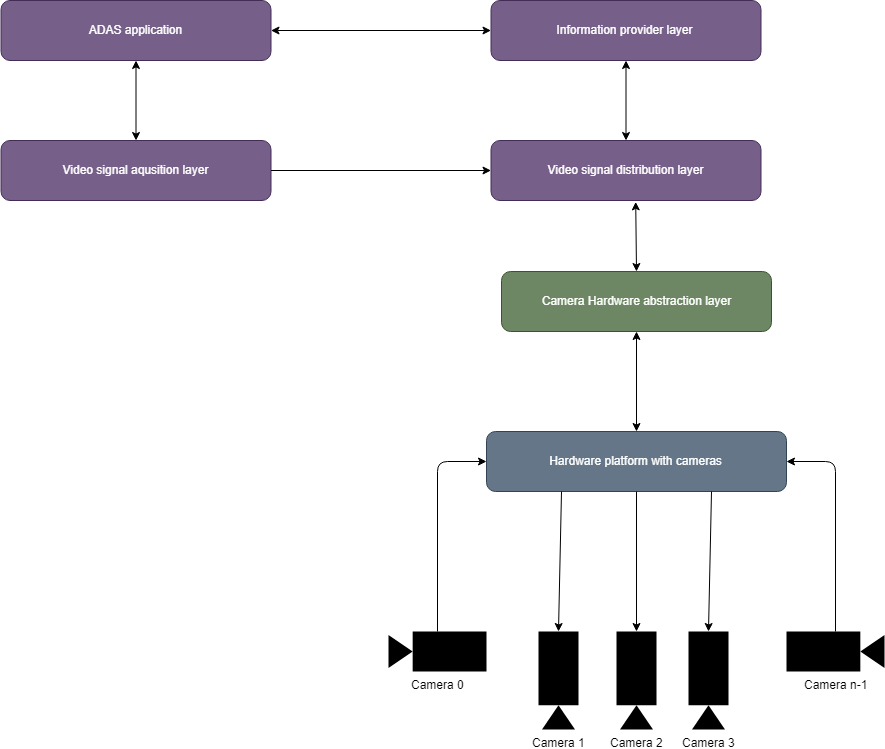
The draw.io diagram res/full-comm.png in rondor1/msc, before a commit. Source tidied: cells renumbered, new cells last; positions are measured from the earlier drawing's top-left corner, leaving out a move shared by most shapes.
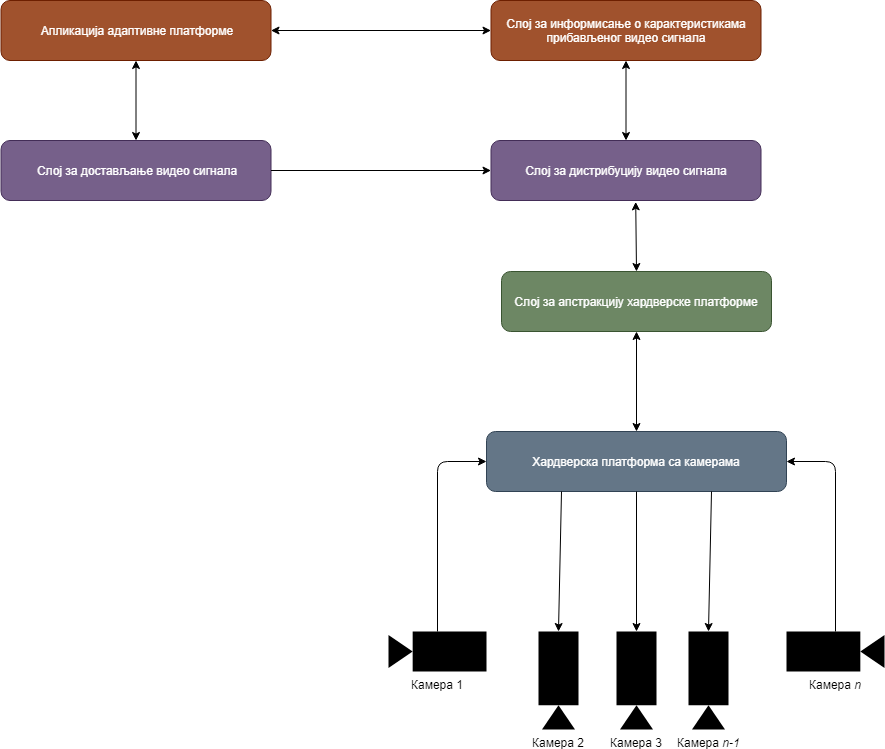
The same file after the commit.

The edit, as a diff of the source:
```diff
@@ -2,16 +2,16 @@
   <root>
     <mxCell id="0" />
     <mxCell id="1" parent="0" />
-    <mxCell id="2" value="Video signal distribution layer" style="rounded=1;whiteSpace=wrap;html=1;fillColor=#76608a;strokeColor=#432D57;fontColor=#ffffff;" parent="1" vertex="1">
+    <mxCell id="2" value="Слој за дистрибуцију видео сигнала" style="rounded=1;whiteSpace=wrap;html=1;fillColor=#76608a;strokeColor=#432D57;fontColor=#ffffff;" parent="1" vertex="1">
       <mxGeometry x="490.5" y="140" width="270" height="60" as="geometry" />
     </mxCell>
-    <mxCell id="3" value="Video signal aqusition layer" style="rounded=1;whiteSpace=wrap;html=1;fillColor=#76608a;strokeColor=#432D57;fontColor=#ffffff;" parent="1" vertex="1">
+    <mxCell id="3" value="Слој за достављање видео сигнала" style="rounded=1;whiteSpace=wrap;html=1;fillColor=#76608a;strokeColor=#432D57;fontColor=#ffffff;" parent="1" vertex="1">
       <mxGeometry x="0.5" y="140" width="270" height="60" as="geometry" />
     </mxCell>
-    <mxCell id="4" value="Information provider layer" style="rounded=1;whiteSpace=wrap;html=1;fillColor=#76608a;strokeColor=#432D57;fontColor=#ffffff;" parent="1" vertex="1">
+    <mxCell id="4" value="Слој за информисање о карактеристикама прибављеног видео сигнала" style="rounded=1;whiteSpace=wrap;html=1;fillColor=#a0522d;strokeColor=#6D1F00;fontColor=#ffffff;" parent="1" vertex="1">
       <mxGeometry x="490.5" width="270" height="60" as="geometry" />
     </mxCell>
-    <mxCell id="5" value="ADAS application" style="rounded=1;whiteSpace=wrap;html=1;fillColor=#76608a;strokeColor=#432D57;fontColor=#ffffff;" parent="1" vertex="1">
+    <mxCell id="5" value="Апликација адаптивне платформе" style="rounded=1;whiteSpace=wrap;html=1;fillColor=#a0522d;strokeColor=#6D1F00;fontColor=#ffffff;" parent="1" vertex="1">
       <mxGeometry x="0.5" width="270" height="60" as="geometry" />
     </mxCell>
     <mxCell id="6" style="endArrow=classic;startArrow=classic;html=1;entryX=0.5;entryY=0;entryDx=0;entryDy=0;exitX=0.5;exitY=1;exitDx=0;exitDy=0;" parent="1" edge="1" source="4" target="2">
@@ -26,16 +26,16 @@
     <mxCell id="9" style="endArrow=classic;html=1;entryX=0;entryY=0.5;entryDx=0;entryDy=0;" parent="1" edge="1" source="3" target="2">
       <mxGeometry relative="1" as="geometry" />
     </mxCell>
-    <mxCell id="10" value="&lt;span style=&quot;white-space: normal&quot;&gt;Camera Hardware abstraction layer&lt;/span&gt;" style="rounded=1;whiteSpace=wrap;html=1;fillColor=#6d8764;strokeColor=#3A5431;fontColor=#ffffff;" parent="1" vertex="1">
+    <mxCell id="10" value="&lt;span style=&quot;white-space: normal&quot;&gt;Слој за апстракцију хардверске платформе&lt;/span&gt;" style="rounded=1;whiteSpace=wrap;html=1;fillColor=#6d8764;strokeColor=#3A5431;fontColor=#ffffff;" parent="1" vertex="1">
       <mxGeometry x="501" y="271" width="270" height="60" as="geometry" />
     </mxCell>
-    <mxCell id="11" value="Hardware platform with cameras" style="rounded=1;whiteSpace=wrap;html=1;fillColor=#647687;strokeColor=#314354;fontColor=#ffffff;" parent="1" vertex="1">
+    <mxCell id="11" value="Хардверска платформа са камерама" style="rounded=1;whiteSpace=wrap;html=1;fillColor=#647687;strokeColor=#314354;fontColor=#ffffff;" parent="1" vertex="1">
       <mxGeometry x="486" y="431" width="300" height="60" as="geometry" />
     </mxCell>
-    <mxCell id="12" value="Camera 0&lt;br&gt;" style="shape=mxgraph.signs.tech.video_camera;html=1;fillColor=#000000;strokeColor=none;verticalLabelPosition=bottom;verticalAlign=top;align=center;direction=west;" parent="1" vertex="1">
+    <mxCell id="12" value="Камера 1&lt;br&gt;" style="shape=mxgraph.signs.tech.video_camera;html=1;fillColor=#000000;strokeColor=none;verticalLabelPosition=bottom;verticalAlign=top;align=center;direction=west;" parent="1" vertex="1">
       <mxGeometry x="388" y="631" width="98" height="40" as="geometry" />
     </mxCell>
-    <mxCell id="13" value="Camera n-1" style="shape=mxgraph.signs.tech.video_camera;html=1;fillColor=#000000;strokeColor=none;verticalLabelPosition=bottom;verticalAlign=top;align=center;direction=east;" parent="1" vertex="1">
+    <mxCell id="13" value="Камера&amp;nbsp;&lt;i&gt;n&lt;/i&gt;" style="shape=mxgraph.signs.tech.video_camera;html=1;fillColor=#000000;strokeColor=none;verticalLabelPosition=bottom;verticalAlign=top;align=center;direction=east;" parent="1" vertex="1">
       <mxGeometry x="786" y="631" width="98" height="40" as="geometry" />
     </mxCell>
     <mxCell id="14" style="endArrow=classic;html=1;entryX=1;entryY=0.5;entryDx=0;entryDy=0;exitX=0.5;exitY=0;exitDx=0;exitDy=0;exitPerimeter=0;" parent="1" edge="1" source="13" target="11">
@@ -52,19 +52,19 @@
         </Array>
       </mxGeometry>
     </mxCell>
-    <mxCell id="16" value="Camera 1&lt;br&gt;" style="shape=mxgraph.signs.tech.video_camera;html=1;fillColor=#000000;strokeColor=none;verticalLabelPosition=bottom;verticalAlign=top;align=center;direction=south;" parent="1" vertex="1">
+    <mxCell id="16" value="Камера 2" style="shape=mxgraph.signs.tech.video_camera;html=1;fillColor=#000000;strokeColor=none;verticalLabelPosition=bottom;verticalAlign=top;align=center;direction=south;" parent="1" vertex="1">
       <mxGeometry x="538" y="631" width="40" height="98" as="geometry" />
     </mxCell>
     <mxCell id="17" style="endArrow=classic;html=1;entryX=0;entryY=0.5;entryDx=0;entryDy=0;entryPerimeter=0;exitX=0.25;exitY=1;exitDx=0;exitDy=0;" parent="1" edge="1" source="11" target="16">
       <mxGeometry relative="1" as="geometry" />
     </mxCell>
-    <mxCell id="18" value="Camera 2" style="shape=mxgraph.signs.tech.video_camera;html=1;fillColor=#000000;strokeColor=none;verticalLabelPosition=bottom;verticalAlign=top;align=center;direction=south;" parent="1" vertex="1">
+    <mxCell id="18" value="Камера 3" style="shape=mxgraph.signs.tech.video_camera;html=1;fillColor=#000000;strokeColor=none;verticalLabelPosition=bottom;verticalAlign=top;align=center;direction=south;" parent="1" vertex="1">
       <mxGeometry x="616" y="631" width="40" height="98" as="geometry" />
     </mxCell>
     <mxCell id="19" style="endArrow=classic;html=1;entryX=0;entryY=0.5;entryDx=0;entryDy=0;entryPerimeter=0;exitX=0.5;exitY=1;exitDx=0;exitDy=0;" parent="1" edge="1" source="11" target="18">
       <mxGeometry relative="1" as="geometry" />
     </mxCell>
-    <mxCell id="20" value="Camera 3" style="shape=mxgraph.signs.tech.video_camera;html=1;fillColor=#000000;strokeColor=none;verticalLabelPosition=bottom;verticalAlign=top;align=center;direction=south;" parent="1" vertex="1">
+    <mxCell id="20" value="Камера &lt;i&gt;n-1&lt;/i&gt;" style="shape=mxgraph.signs.tech.video_camera;html=1;fillColor=#000000;strokeColor=none;verticalLabelPosition=bottom;verticalAlign=top;align=center;direction=south;" parent="1" vertex="1">
       <mxGeometry x="688" y="631" width="40" height="98" as="geometry" />
     </mxCell>
     <mxCell id="21" style="endArrow=classic;html=1;entryX=0;entryY=0.5;entryDx=0;entryDy=0;entryPerimeter=0;exitX=0.75;exitY=1;exitDx=0;exitDy=0;" parent="1" edge="1" source="11" target="20">
```
